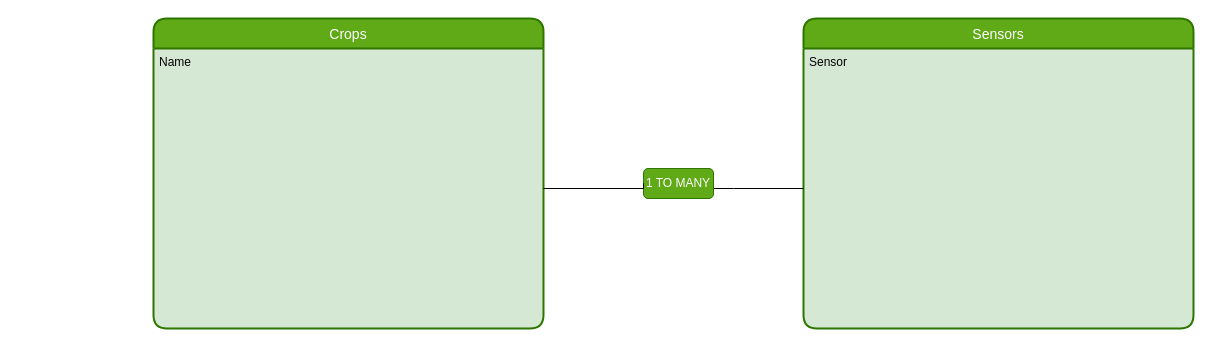
The draw.io diagram ER Diagram(IoT).drawio in Cybernadero/ER, before the edit. Source tidied: cells renumbered, new cells numbered last; positions are measured from the earlier drawing's top-left corner, leaving out a move shared by most shapes. Both pictures are drawn from the tidied source at 100%, with x=0, y=0 at pixel (153, 18).
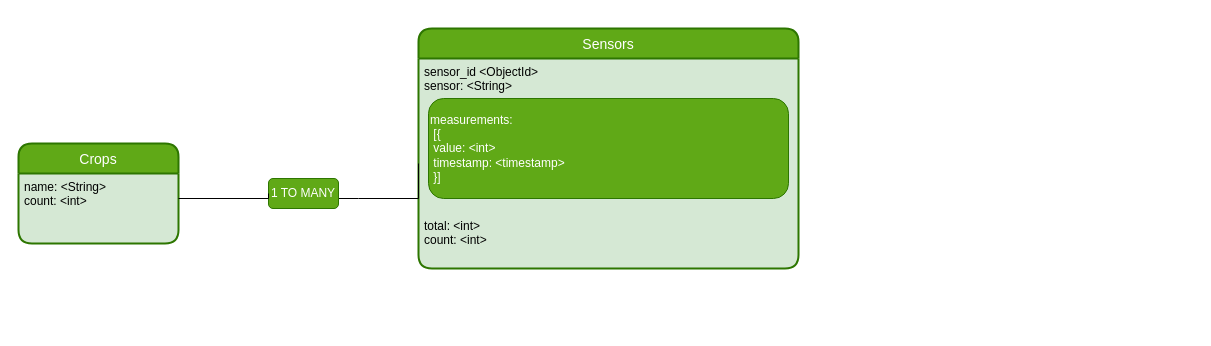
The same page after the edit.

Diff of the diagram source:
```diff
@@
 <mxGraphModel>
   <root>
     <mxCell id="0" />
     <mxCell id="1" parent="0" />
     <mxCell id="2" value="Sensors" style="swimlane;horizontal=1;startSize=30;rounded=1;fontSize=14;fontStyle=0;strokeWidth=2;shadow=0;dashed=0;align=center;fillColor=#60a917;strokeColor=#2D7600;fontColor=#ffffff;swimlaneFillColor=#D5E8D4;" parent="1" vertex="1">
-      <mxGeometry x="650" width="390" height="310" as="geometry" />
+      <mxGeometry x="265" y="10" width="380" height="240" as="geometry" />
     </mxCell>
-    <mxCell id="3" value="Sensor&#10;" style="align=left;strokeColor=none;fillColor=none;spacingLeft=4;fontSize=12;verticalAlign=top;" parent="2" vertex="1">
-      <mxGeometry y="30" width="390" height="280" as="geometry" />
+    <mxCell id="3" value="sensor_id &lt;ObjectId&gt;&#10;sensor: &lt;String&gt;&#10;  &#10;&#10;&#10;&#10;&#10;&#10;&#10;&#10;&#10;total: &lt;int&gt;&#10;count: &lt;int&gt;" style="align=left;strokeColor=none;fillColor=none;spacingLeft=4;fontSize=12;verticalAlign=top;" parent="2" vertex="1">
+      <mxGeometry y="30" width="380" height="210" as="geometry" />
     </mxCell>
     <mxCell id="4" value="Crops" style="swimlane;horizontal=1;startSize=30;rounded=1;fontSize=14;fontStyle=0;strokeWidth=2;shadow=0;dashed=0;align=center;fillColor=#60a917;strokeColor=#2D7600;fontColor=#ffffff;swimlaneFillColor=#D5E8D4;" parent="1" vertex="1">
-      <mxGeometry width="390" height="310" as="geometry" />
+      <mxGeometry x="-135" y="125" width="160" height="100" as="geometry" />
     </mxCell>
-    <mxCell id="5" value="Name&#10;" style="align=left;strokeColor=none;fillColor=none;spacingLeft=4;fontSize=12;verticalAlign=top;" parent="4" vertex="1">
-      <mxGeometry y="30" width="390" height="280" as="geometry" />
+    <mxCell id="5" value="name: &lt;String&gt;&#10;count: &lt;int&gt;" style="align=left;strokeColor=none;fillColor=none;spacingLeft=4;fontSize=12;verticalAlign=top;" parent="4" vertex="1">
+      <mxGeometry y="30" width="160" height="70" as="geometry" />
     </mxCell>
     <mxCell id="6" style="edgeStyle=orthogonalEdgeStyle;rounded=0;jettySize=auto;html=1;entryX=0;entryY=0.5;entryDx=0;entryDy=0;endArrow=none;endFill=0;" parent="1" edge="1" source="7" target="3">
       <mxGeometry relative="1" as="geometry">
         <Array as="points">
-          <mxPoint x="580" y="170" />
-          <mxPoint x="580" y="170" />
+          <mxPoint x="205" y="180" />
+          <mxPoint x="205" y="180" />
         </Array>
       </mxGeometry>
     </mxCell>
     <mxCell id="7" value="1 TO MANY" style="rounded=1;whiteSpace=wrap;html=1;fillColor=#60a917;strokeColor=#2D7600;fontColor=#ffffff;" parent="1" vertex="1">
-      <mxGeometry x="490" y="150" width="70" height="30" as="geometry" />
+      <mxGeometry x="115" y="160" width="70" height="30" as="geometry" />
     </mxCell>
     <mxCell id="8" style="edgeStyle=orthogonalEdgeStyle;rounded=0;jettySize=auto;html=1;entryX=0;entryY=0.5;entryDx=0;entryDy=0;endArrow=none;endFill=0;" parent="1" edge="1" source="5" target="7">
       <mxGeometry relative="1" as="geometry">
         <Array as="points">
-          <mxPoint x="490" y="170" />
+          <mxPoint x="115" y="180" />
         </Array>
       </mxGeometry>
     </mxCell>
+    <mxCell id="9" value="&lt;span style=&quot;white-space: pre&quot;&gt;measurements:&lt;br&gt;&lt;span style=&quot;white-space: pre&quot;&gt; &lt;/span&gt;[{ &lt;/span&gt;&lt;br&gt;&lt;span style=&quot;white-space: pre&quot;&gt; &lt;/span&gt;value: &amp;lt;int&amp;gt;&lt;br&gt;&lt;span&gt;&lt;span style=&quot;white-space: pre&quot;&gt; &lt;/span&gt;timestamp: &amp;lt;timestamp&amp;gt;&lt;br&gt;&lt;span style=&quot;white-space: pre&quot;&gt; &lt;/span&gt;}]&lt;br&gt;&lt;/span&gt;" style="rounded=1;whiteSpace=wrap;html=1;align=left;fillColor=#60a917;strokeColor=#2D7600;fontColor=#ffffff;" parent="1" vertex="1">
+      <mxGeometry x="275" y="80" width="360" height="100" as="geometry" />
+    </mxCell>
   </root>
 </mxGraphModel>
```
